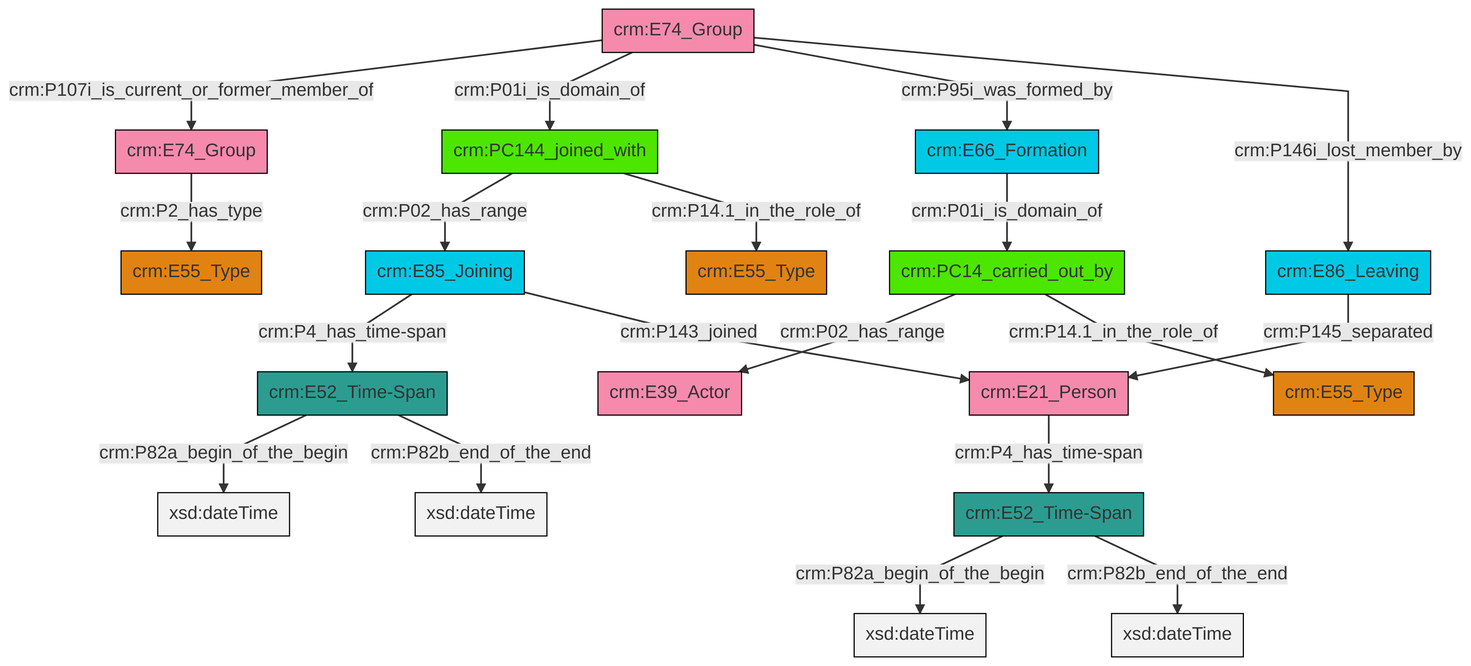
Above: et/groupCSV/ttl/mmd/png/group_actor_relations.png in swiss-art-research-net/reference-data-models (Mermaid), before the change. Its source is kept beside it as et/groupCSV/ttl/mmd/group_actor_relations.ttl.mmd.
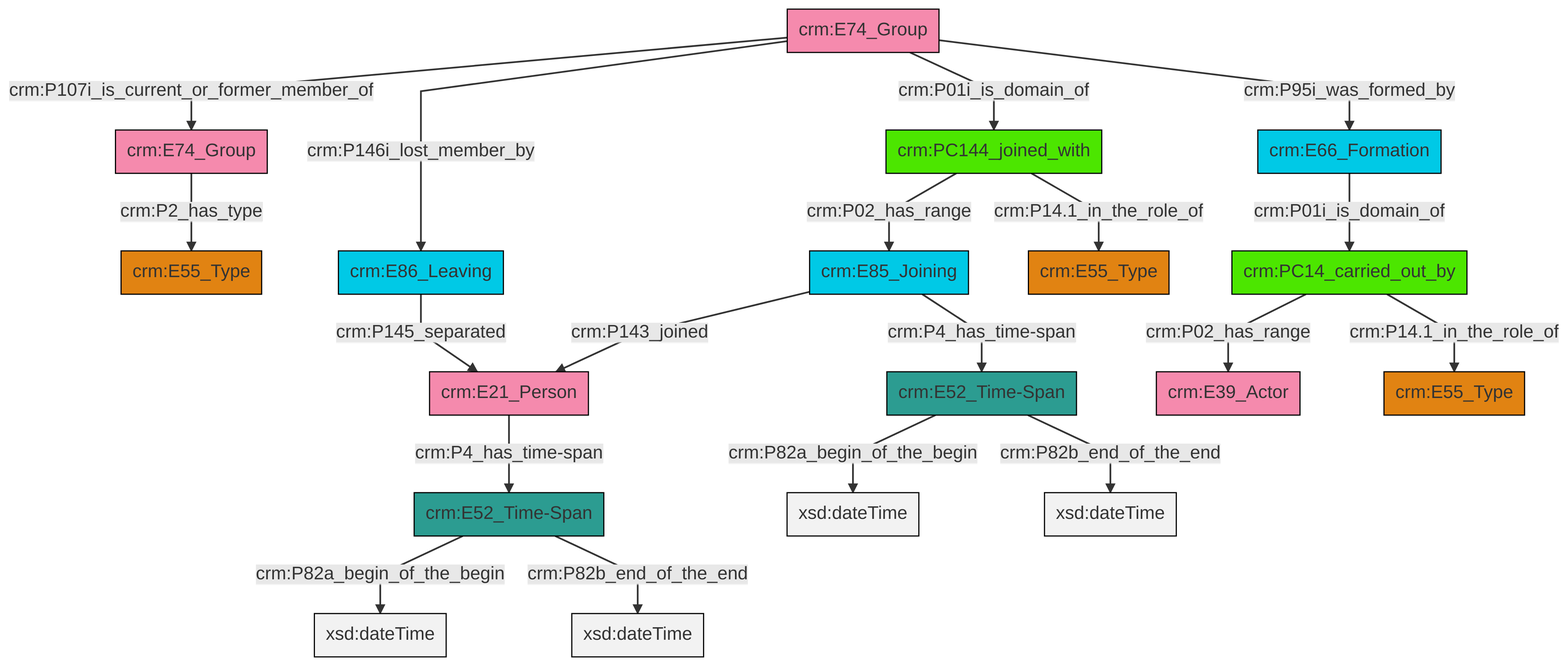
The same file after the commit.

What changed in the source:
```diff
@@ -13,21 +13,21 @@
 classDef PC_Classes fill:#4ce600, stroke:#000000;
 classDef Multi fill:#cccccc,stroke:#000000;
 
-0["crm:PC14_carried_out_by"]:::PC_Classes -->|crm:P02_has_range| 1["crm:E39_Actor"]:::Actor
-0["crm:PC14_carried_out_by"]:::PC_Classes -->|crm:P14.1_in_the_role_of| 2["crm:E55_Type"]:::Type
-3["crm:E74_Group"]:::Actor -->|crm:P107i_is_current_or_former_member_of| 4["crm:E74_Group"]:::Actor
-5["crm:PC144_joined_with"]:::PC_Classes -->|crm:P02_has_range| 6["crm:E85_Joining"]:::Temporal_Entity
-4["crm:E74_Group"]:::Actor -->|crm:P2_has_type| 7["crm:E55_Type"]:::Type
-14["crm:E52_Time-Span"]:::Time-Span -->|crm:P82a_begin_of_the_begin| 15[xsd:dateTime]:::Literal
-6["crm:E85_Joining"]:::Temporal_Entity -->|crm:P4_has_time-span| 14["crm:E52_Time-Span"]:::Time-Span
-14["crm:E52_Time-Span"]:::Time-Span -->|crm:P82b_end_of_the_end| 18[xsd:dateTime]:::Literal
-19["crm:E52_Time-Span"]:::Time-Span -->|crm:P82a_begin_of_the_begin| 20[xsd:dateTime]:::Literal
-10["crm:E21_Person"]:::Actor -->|crm:P4_has_time-span| 19["crm:E52_Time-Span"]:::Time-Span
-12["crm:E86_Leaving"]:::Temporal_Entity -->|crm:P145_separated| 10["crm:E21_Person"]:::Actor
-5["crm:PC144_joined_with"]:::PC_Classes -->|crm:P14.1_in_the_role_of| 22["crm:E55_Type"]:::Type
-6["crm:E85_Joining"]:::Temporal_Entity -->|crm:P143_joined| 10["crm:E21_Person"]:::Actor
-25["crm:E66_Formation"]:::Temporal_Entity -->|crm:P01i_is_domain_of| 0["crm:PC14_carried_out_by"]:::PC_Classes
-19["crm:E52_Time-Span"]:::Time-Span -->|crm:P82b_end_of_the_end| 31[xsd:dateTime]:::Literal
-3["crm:E74_Group"]:::Actor -->|crm:P01i_is_domain_of| 5["crm:PC144_joined_with"]:::PC_Classes
-3["crm:E74_Group"]:::Actor -->|crm:P95i_was_formed_by| 25["crm:E66_Formation"]:::Temporal_Entity
-3["crm:E74_Group"]:::Actor -->|crm:P146i_lost_member_by| 12["crm:E86_Leaving"]:::Temporal_Entity
+4["crm:E52_Time-Span"]:::Time-Span -->|crm:P82a_begin_of_the_begin| 5[xsd:dateTime]:::Literal
+6["crm:E52_Time-Span"]:::Time-Span -->|crm:P82a_begin_of_the_begin| 7[xsd:dateTime]:::Literal
+8["crm:E21_Person"]:::Actor -->|crm:P4_has_time-span| 4["crm:E52_Time-Span"]:::Time-Span
+9["crm:E74_Group"]:::Actor -->|crm:P107i_is_current_or_former_member_of| 2["crm:E74_Group"]:::Actor
+6["crm:E52_Time-Span"]:::Time-Span -->|crm:P82b_end_of_the_end| 10[xsd:dateTime]:::Literal
+15["crm:E86_Leaving"]:::Temporal_Entity -->|crm:P145_separated| 8["crm:E21_Person"]:::Actor
+16["crm:PC144_joined_with"]:::PC_Classes -->|crm:P02_has_range| 13["crm:E85_Joining"]:::Temporal_Entity
+9["crm:E74_Group"]:::Actor -->|crm:P01i_is_domain_of| 16["crm:PC144_joined_with"]:::PC_Classes
+13["crm:E85_Joining"]:::Temporal_Entity -->|crm:P143_joined| 8["crm:E21_Person"]:::Actor
+16["crm:PC144_joined_with"]:::PC_Classes -->|crm:P14.1_in_the_role_of| 17["crm:E55_Type"]:::Type
+13["crm:E85_Joining"]:::Temporal_Entity -->|crm:P4_has_time-span| 6["crm:E52_Time-Span"]:::Time-Span
+2["crm:E74_Group"]:::Actor -->|crm:P2_has_type| 0["crm:E55_Type"]:::Type
+21["crm:PC14_carried_out_by"]:::PC_Classes -->|crm:P14.1_in_the_role_of| 22["crm:E55_Type"]:::Type
+18["crm:E66_Formation"]:::Temporal_Entity -->|crm:P01i_is_domain_of| 21["crm:PC14_carried_out_by"]:::PC_Classes
+21["crm:PC14_carried_out_by"]:::PC_Classes -->|crm:P02_has_range| 11["crm:E39_Actor"]:::Actor
+4["crm:E52_Time-Span"]:::Time-Span -->|crm:P82b_end_of_the_end| 24[xsd:dateTime]:::Literal
+9["crm:E74_Group"]:::Actor -->|crm:P95i_was_formed_by| 18["crm:E66_Formation"]:::Temporal_Entity
+9["crm:E74_Group"]:::Actor -->|crm:P146i_lost_member_by| 15["crm:E86_Leaving"]:::Temporal_Entity
```
